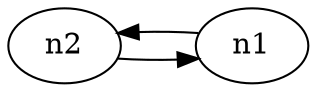
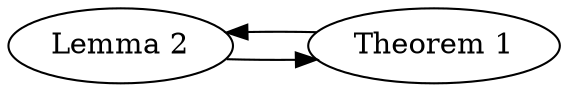
digraph proofgraph {
  rankdir="LR";
+   "n2" [label="Lemma 2"];
+   "n1" [label="Theorem 1"];
  "n2" -> "n1";
  "n1" -> "n2";
}
